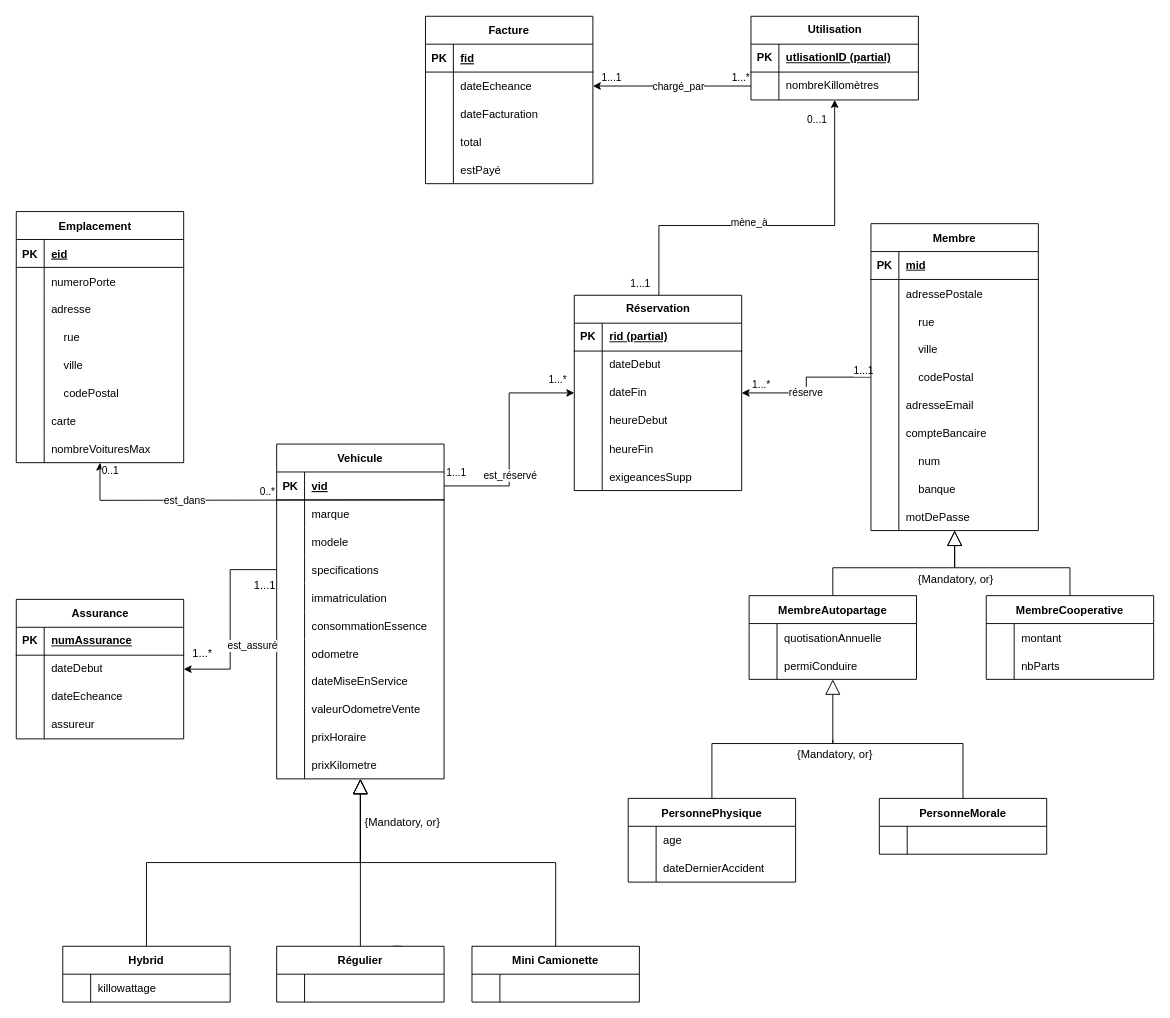
Before: Tp4_Diagram.drawio in R0ma01/INF_3710_tp4, a draw.io diagram. Source tidied: cells renumbered, new cells numbered last; positions are measured from the earlier drawing's top-left corner, leaving out a move shared by most shapes. Both pictures are drawn from the tidied source at 93%, with x=0, y=0 at pixel (16, 16).
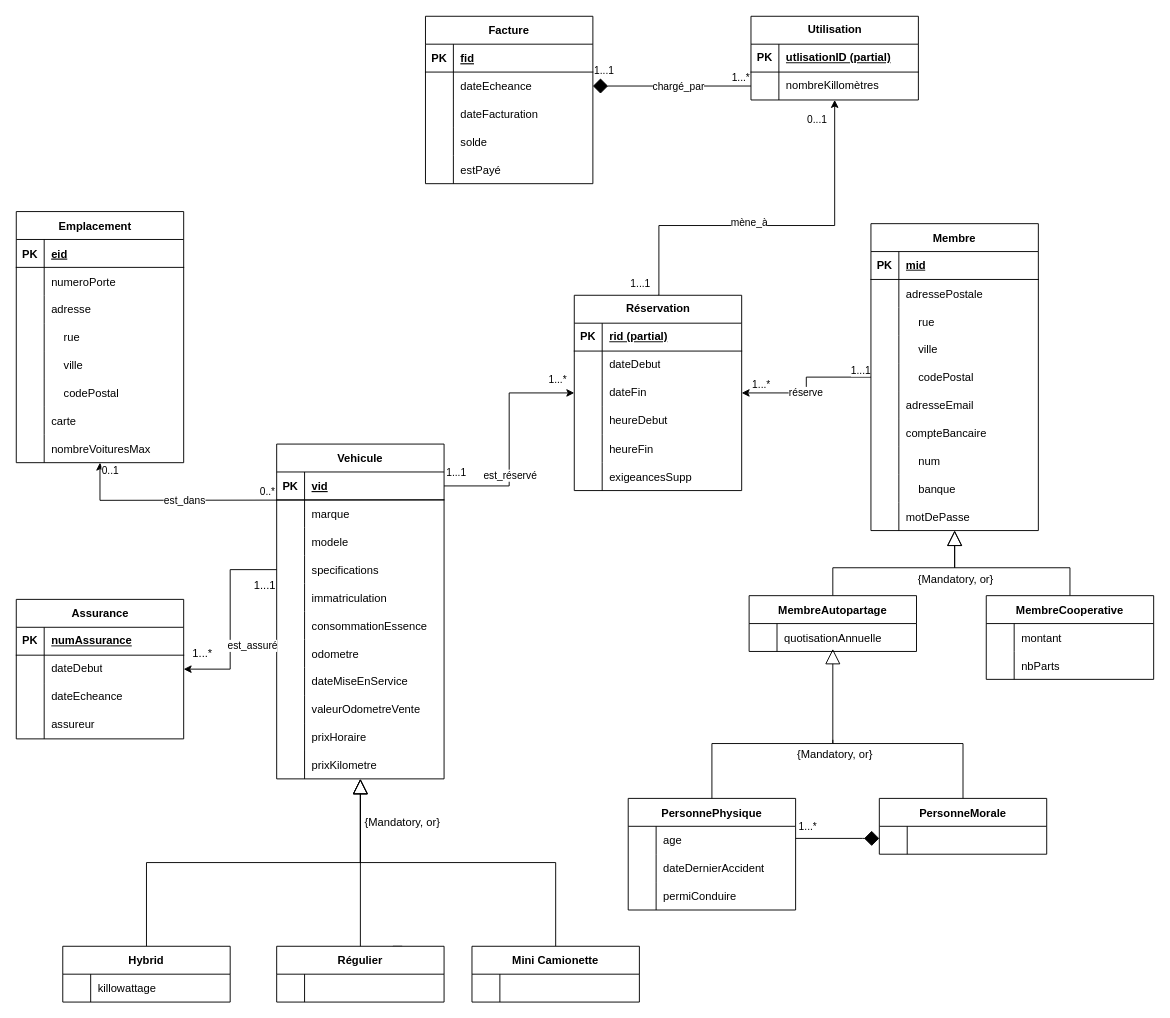
The same diagram, later.

Unchanged cells that the change refers to:
```xml
<mxCell id="108" style="edgeStyle=orthogonalEdgeStyle;rounded=0;jettySize=auto;html=1;entryX=1;entryY=0.5;entryDx=0;entryDy=0;" parent="1" edge="1" source="112" target="203">
  <mxGeometry relative="1" as="geometry" />
</mxCell>
<mxCell id="145" style="shape=tableRow;horizontal=0;startSize=0;swimlaneHead=0;swimlaneBody=0;fillColor=none;points=[[0,0.5],[1,0.5]];portConstraint=eastwest;top=0;left=0;right=0;bottom=0;" parent="144" vertex="1">
  <mxGeometry y="30" width="180" height="30" as="geometry" />
</mxCell>
<mxCell id="156" style="shape=tableRow;horizontal=0;startSize=0;swimlaneHead=0;swimlaneBody=0;fillColor=none;points=[[0,0.5],[1,0.5]];portConstraint=eastwest;top=0;left=0;right=0;bottom=0;" parent="152" vertex="1">
  <mxGeometry y="60" width="180" height="30" as="geometry" />
</mxCell>
<mxCell id="162" style="shape=tableRow;horizontal=0;startSize=0;swimlaneHead=0;swimlaneBody=0;fillColor=none;top=0;left=0;right=0;bottom=0;" parent="152" vertex="1">
  <mxGeometry y="120" width="180" height="30" as="geometry" />
</mxCell>
<mxCell id="189" style="shape=tableRow;horizontal=0;startSize=0;swimlaneHead=0;swimlaneBody=0;fillColor=none;points=[[0,0.5],[1,0.5]];portConstraint=eastwest;top=0;left=0;right=0;bottom=0;" parent="185" vertex="1">
  <mxGeometry y="60" width="180" height="30" as="geometry" />
</mxCell>
```

The edit, as a diff of the source:
```diff
@@
-    <mxCell id="61" style="edgeStyle=orthogonalEdgeStyle;rounded=0;jettySize=auto;html=1;exitX=0.5;exitY=0;exitDx=0;exitDy=0;endArrow=block;endFill=0;endSize=14;" parent="1" edge="1" source="65" target="144">
-      <mxGeometry relative="1" as="geometry" />
+    <mxCell id="61" style="edgeStyle=orthogonalEdgeStyle;rounded=0;jettySize=auto;html=1;exitX=0.5;exitY=0;exitDx=0;exitDy=0;endArrow=block;endFill=0;endSize=14;entryX=0.5;entryY=0.907;entryDx=0;entryDy=0;entryPerimeter=0;" parent="1" edge="1" target="145">
+      <mxGeometry relative="1" as="geometry">
+        <mxPoint x="748" y="843" as="sourcePoint" />
+        <Array as="points">
+          <mxPoint x="748" y="782" />
+          <mxPoint x="878" y="782" />
+        </Array>
+      </mxGeometry>
     </mxCell>
@@
     <mxCell id="65" value="PersonnePhysique" style="shape=table;startSize=30;childLayout=tableLayout;rowLines=0;fontStyle=1;align=center;" parent="1" vertex="1">
-      <mxGeometry x="658" y="841" width="180" height="90" as="geometry" />
+      <mxGeometry x="658" y="841" width="180" height="120" as="geometry" />
     </mxCell>
@@
+    <mxCell id="148" style="shape=tableRow;horizontal=0;startSize=0;swimlaneHead=0;swimlaneBody=0;fillColor=none;top=0;left=0;right=0;bottom=0;" parent="65" vertex="1">
+      <mxGeometry y="90" width="180" height="30" as="geometry" />
+    </mxCell>
+    <mxCell id="149" style="shape=partialRectangle;fillColor=none;top=0;left=0;bottom=0;right=0;overflow=hidden;" parent="148" vertex="1">
+      <mxGeometry width="30" height="30" as="geometry" />
+    </mxCell>
+    <mxCell id="150" value="permiConduire" style="shape=partialRectangle;fillColor=none;top=0;left=0;bottom=0;right=0;align=left;spacingLeft=6;overflow=hidden;" parent="148" vertex="1">
+      <mxGeometry x="30" width="150" height="30" as="geometry" />
+    </mxCell>
@@
     <mxCell id="110" value="1...1" style="edgeLabel;html=1;align=center;verticalAlign=middle;" parent="108" vertex="1">
       <mxGeometry x="-0.63" y="-1" relative="1" as="geometry">
-        <mxPoint x="20" y="-7" as="offset" />
+        <mxPoint x="17" y="-7" as="offset" />
       </mxGeometry>
     </mxCell>
@@
     <mxCell id="144" value="MembreAutopartage" style="shape=table;startSize=30;childLayout=tableLayout;rowLines=0;fontStyle=1;align=center;" parent="1" vertex="1">
-      <mxGeometry x="788" y="623" width="180" height="90" as="geometry" />
+      <mxGeometry x="788" y="623" width="180" height="60" as="geometry" />
     </mxCell>
@@
-    <mxCell id="148" style="shape=tableRow;horizontal=0;startSize=0;swimlaneHead=0;swimlaneBody=0;fillColor=none;top=0;left=0;right=0;bottom=0;" parent="144" vertex="1">
-      <mxGeometry y="60" width="180" height="30" as="geometry" />
-    </mxCell>
-    <mxCell id="149" style="shape=partialRectangle;fillColor=none;top=0;left=0;bottom=0;right=0;overflow=hidden;" parent="148" vertex="1">
-      <mxGeometry width="30" height="30" as="geometry" />
-    </mxCell>
-    <mxCell id="150" value="permiConduire" style="shape=partialRectangle;fillColor=none;top=0;left=0;bottom=0;right=0;align=left;spacingLeft=6;overflow=hidden;" parent="148" vertex="1">
-      <mxGeometry x="30" width="150" height="30" as="geometry" />
-    </mxCell>
@@
-    <mxCell id="164" value="total" style="shape=partialRectangle;fillColor=none;top=0;left=0;bottom=0;right=0;align=left;spacingLeft=6;overflow=hidden;" parent="162" vertex="1">
+    <mxCell id="164" value="solde" style="shape=partialRectangle;fillColor=none;top=0;left=0;bottom=0;right=0;align=left;spacingLeft=6;overflow=hidden;" parent="162" vertex="1">
       <mxGeometry x="30" width="150" height="30" as="geometry" />
     </mxCell>
@@
-    <mxCell id="219" style="edgeStyle=orthogonalEdgeStyle;rounded=0;jettySize=auto;html=1;entryX=1;entryY=0.5;entryDx=0;entryDy=0;" parent="1" edge="1" source="189" target="156">
+    <mxCell id="219" style="edgeStyle=orthogonalEdgeStyle;rounded=0;jettySize=auto;html=1;entryX=1;entryY=0.5;entryDx=0;entryDy=0;endArrow=diamond;endFill=1;endSize=14;" parent="1" edge="1" source="189" target="156">
       <mxGeometry relative="1" as="geometry" />
     </mxCell>
@@
     <mxCell id="221" value="1...1" style="edgeLabel;html=1;align=center;verticalAlign=middle;" parent="219" vertex="1">
       <mxGeometry x="0.84" y="2" relative="1" as="geometry">
-        <mxPoint x="5" y="-12" as="offset" />
+        <mxPoint x="-3" y="-19" as="offset" />
       </mxGeometry>
     </mxCell>
@@
+    <mxCell id="223" style="edgeStyle=orthogonalEdgeStyle;rounded=0;orthogonalLoop=1;jettySize=auto;html=1;entryX=1;entryY=0.5;entryDx=0;entryDy=0;endArrow=none;endFill=0;endSize=14;startArrow=diamond;startFill=1;targetPerimeterSpacing=14;sourcePerimeterSpacing=1;startSize=14;" parent="1" edge="1">
+      <mxGeometry relative="1" as="geometry">
+        <mxPoint x="928" y="884" as="sourcePoint" />
+        <mxPoint x="838" y="884" as="targetPoint" />
+        <Array as="points">
+          <mxPoint x="910" y="884" />
+          <mxPoint x="910" y="884" />
+        </Array>
+      </mxGeometry>
+    </mxCell>
+    <mxCell id="224" value="1...*" style="edgeLabel;html=1;align=center;verticalAlign=middle;" parent="223" vertex="1">
+      <mxGeometry x="-0.69" relative="1" as="geometry">
+        <mxPoint x="-64" y="-13" as="offset" />
+      </mxGeometry>
+    </mxCell>
```
